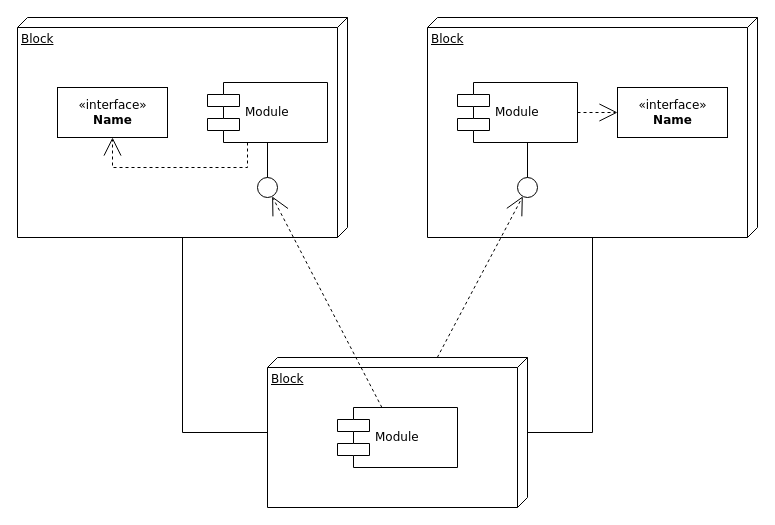
Before: documentation/Architecture.drawio in bcgov/nr-enmods-dar, a draw.io diagram. Source tidied: cells renumbered, new cells numbered last; positions are measured from the earlier drawing's top-left corner, leaving out a move shared by most shapes. Both pictures are drawn from the tidied source at 100%, with x=0, y=0 at pixel (17, 17).
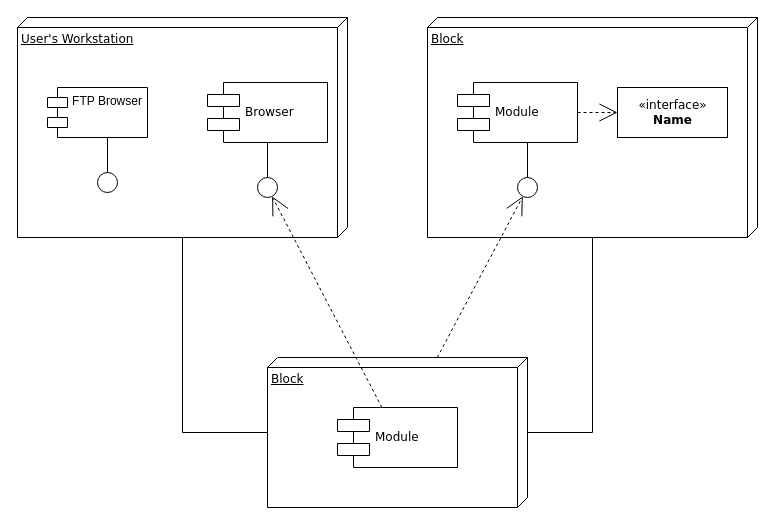
The same page after the edit.

The edit, as a diff of the source:
```diff
@@
-    <mxCell id="2" value="Block" style="verticalAlign=top;align=left;spacingTop=8;spacingLeft=2;spacingRight=12;shape=cube;size=10;direction=south;fontStyle=4;html=1;rounded=0;shadow=0;comic=0;labelBackgroundColor=none;strokeWidth=1;fontFamily=Verdana;fontSize=12;" parent="1" vertex="1">
+    <mxCell id="2" value="User's Workstation" style="verticalAlign=top;align=left;spacingTop=8;spacingLeft=2;spacingRight=12;shape=cube;size=10;direction=south;fontStyle=4;html=1;rounded=0;shadow=0;comic=0;labelBackgroundColor=none;strokeWidth=1;fontFamily=Verdana;fontSize=12;" parent="1" vertex="1">
       <mxGeometry width="330" height="220" as="geometry" />
     </mxCell>
@@
-    <mxCell id="5" value="&amp;laquo;interface&amp;raquo;&lt;br&gt;&lt;b&gt;Name&lt;/b&gt;" style="html=1;rounded=0;shadow=0;comic=0;labelBackgroundColor=none;strokeWidth=1;fontFamily=Verdana;fontSize=12;align=center;" parent="1" vertex="1">
-      <mxGeometry x="40" y="70" width="110" height="50" as="geometry" />
-    </mxCell>
-    <mxCell id="6" value="Module" style="shape=component;align=left;spacingLeft=36;rounded=0;shadow=0;comic=0;labelBackgroundColor=none;strokeWidth=1;fontFamily=Verdana;fontSize=12;html=1;" parent="1" vertex="1">
+    <mxCell id="6" value="Browser" style="shape=component;align=left;spacingLeft=36;rounded=0;shadow=0;comic=0;labelBackgroundColor=none;strokeWidth=1;fontFamily=Verdana;fontSize=12;html=1;" parent="1" vertex="1">
       <mxGeometry x="190" y="65" width="120" height="60" as="geometry" />
     </mxCell>
@@
-    <mxCell id="16" style="edgeStyle=orthogonalEdgeStyle;rounded=0;html=1;labelBackgroundColor=none;startArrow=none;startFill=0;startSize=8;endArrow=open;endFill=0;endSize=16;fontFamily=Verdana;fontSize=12;dashed=1;" parent="1" edge="1" source="6" target="5">
-      <mxGeometry relative="1" as="geometry">
-        <Array as="points">
-          <mxPoint x="230" y="150" />
-          <mxPoint x="95" y="150" />
-        </Array>
-      </mxGeometry>
-    </mxCell>
@@
+    <mxCell id="20" value="&lt;div align=&quot;center&quot;&gt;FTP Browser&lt;/div&gt;" style="shape=module;align=center;spacingLeft=20;align=center;verticalAlign=top;whiteSpace=wrap;html=1;" parent="1" vertex="1">
+      <mxGeometry x="30" y="70" width="100" height="50" as="geometry" />
+    </mxCell>
+    <mxCell id="21" style="ellipse;whiteSpace=wrap;html=1;rounded=0;shadow=0;comic=0;labelBackgroundColor=none;strokeWidth=1;fontFamily=Verdana;fontSize=12;align=center;" parent="1" vertex="1">
+      <mxGeometry x="80" y="155" width="20" height="20" as="geometry" />
+    </mxCell>
+    <mxCell id="22" style="edgeStyle=elbowEdgeStyle;rounded=0;html=1;labelBackgroundColor=none;startArrow=none;startFill=0;startSize=8;endArrow=none;endFill=0;endSize=16;fontFamily=Verdana;fontSize=12;" parent="1" edge="1" source="21">
+      <mxGeometry relative="1" as="geometry">
+        <mxPoint x="90" y="120" as="targetPoint" />
+      </mxGeometry>
+    </mxCell>
```
